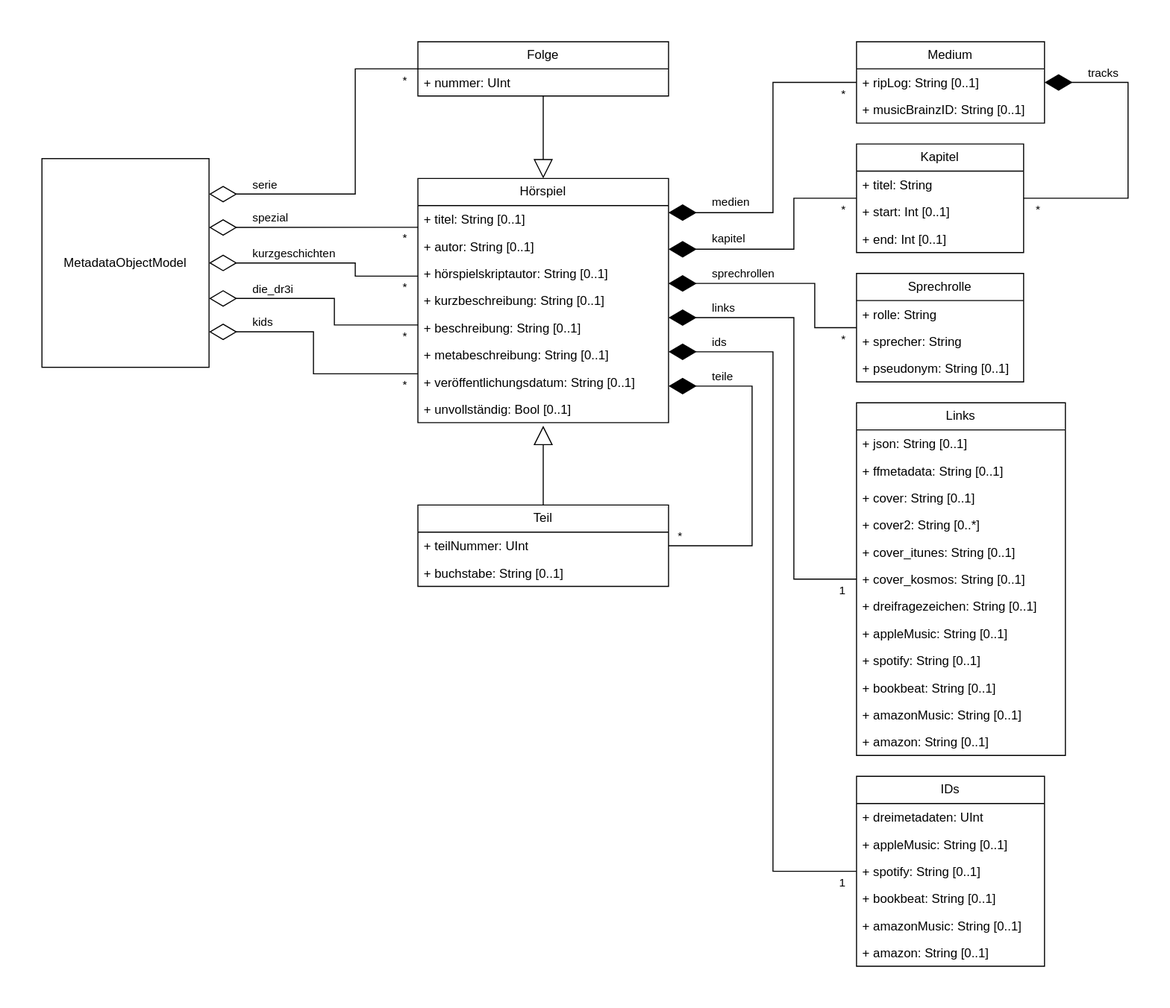
Above: model/objectModel.svg in YourMJK/dreimetadaten (draw.io), before the change. Source tidied: cells renumbered, new cells last; positions are measured from the earlier drawing's top-left corner, leaving out a move shared by most shapes.
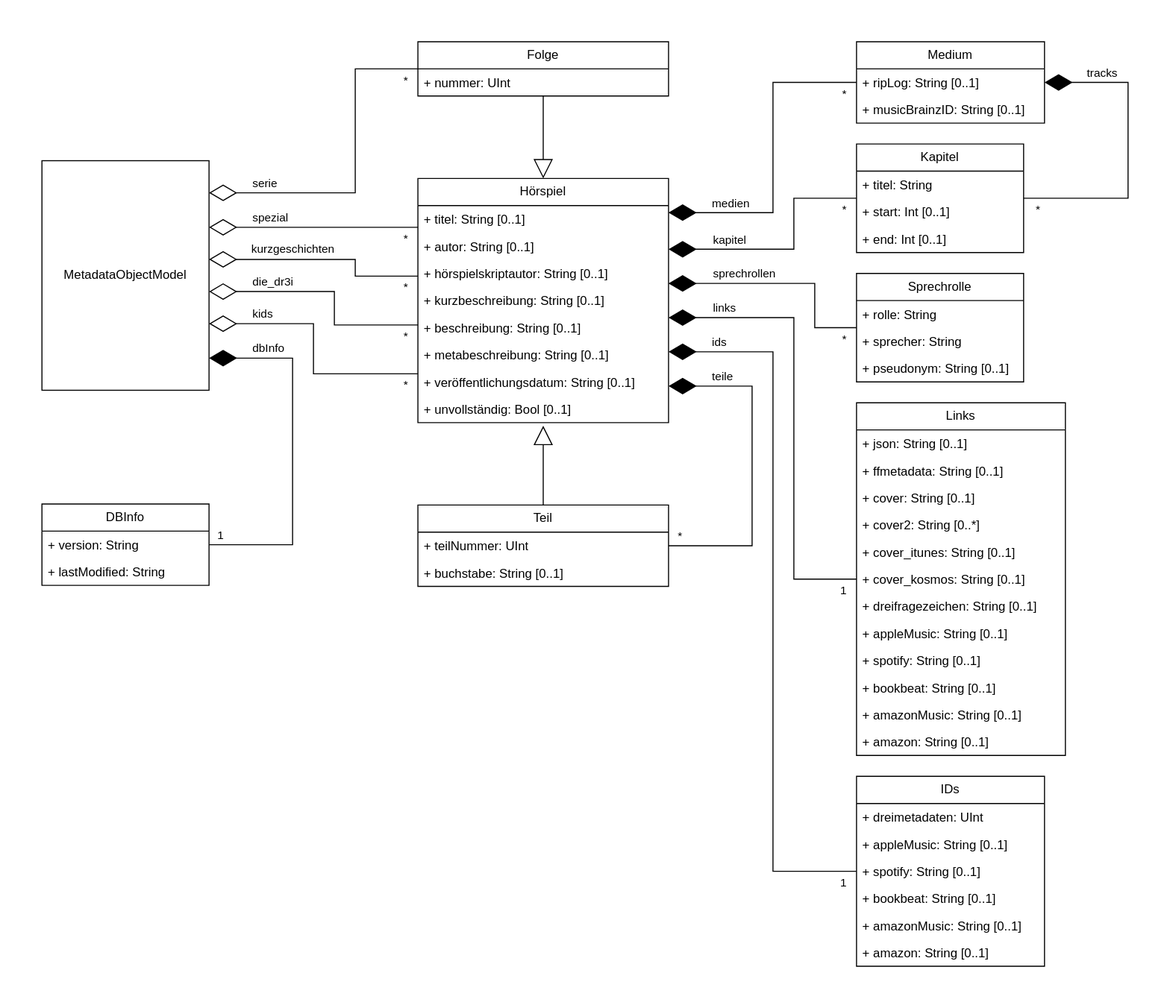
Later version of the same file.

Commit message:
code: Added "dbInfo" with version and modification date info to object model

The edit, as a diff of the source:
```diff
@@ -2,8 +2,8 @@
   <root>
     <mxCell id="0" />
     <mxCell id="1" parent="0" />
-    <mxCell id="2" value="MetadataObjectModel" style="html=1;whiteSpace=wrap;points=[[0,0,0,0,0],[0,0.25,0,0,0],[0,0.5,0,0,0],[0,0.75,0,0,0],[0,1,0,0,0],[0.25,0,0,0,0],[0.25,1,0,0,0],[0.5,0,0,0,0],[0.5,1,0,0,0],[0.75,0,0,0,0],[0.75,1,0,0,0],[1,0,0,0,0],[1,0.17,0,0,0],[1,0.33,0,0,0],[1,0.5,0,0,0],[1,0.67,0,0,0],[1,0.83,0,0,0],[1,1,0,0,0]];" parent="1" vertex="1">
-      <mxGeometry y="112" width="160" height="200" as="geometry" />
+    <mxCell id="2" value="MetadataObjectModel" style="html=1;whiteSpace=wrap;points=[[0,0,0,0,0],[0,0.25,0,0,0],[0,0.5,0,0,0],[0,0.75,0,0,0],[0,1,0,0,0],[0.25,0,0,0,0],[0.25,1,0,0,0],[0.5,0,0,0,0],[0.5,1,0,0,0],[0.75,0,0,0,0],[0.75,1,0,0,0],[1,0,0,0,0],[1,0.14,0,0,0],[1,0.29,0,0,0],[1,0.43,0,0,0],[1,0.57,0,0,0],[1,0.71,0,0,0],[1,0.86,0,0,0],[1,1,0,0,0]];" parent="1" vertex="1">
+      <mxGeometry y="114" width="160" height="220" as="geometry" />
     </mxCell>
     <mxCell id="3" value="Hörspiel" style="swimlane;fontStyle=0;horizontal=1;startSize=26;fillColor=none;whiteSpace=wrap;html=1;points=[[0,0,0,0,0],[0,0.2,0,0,0],[0,0.4,0,0,0],[0,0.6,0,0,0],[0,0.8,0,0,0],[0,1,0,0,0],[0.25,0,0,0,0],[0.25,1,0,0,0],[0.5,0,0,0,0],[0.5,1,0,0,0],[0.75,0,0,0,0],[0.75,1,0,0,0],[1,0,0,0,0],[1,0.14,0,0,0],[1,0.29,0,0,0],[1,0.43,0,0,0],[1,0.57,0,0,0],[1,0.71,0,0,0],[1,0.85,0,0,0],[1,1,0,0,0]];" parent="1" vertex="1">
       <mxGeometry x="360" y="131" width="240" height="234" as="geometry" />
@@ -41,7 +41,7 @@
     <mxCell id="14" style="endArrow=block;endSize=16;endFill=0;html=1;rounded=0;jumpStyle=none;flowAnimation=0;edgeStyle=elbowEdgeStyle;elbow=vertical;entryX=0.5;entryY=0;entryDx=0;entryDy=0;entryPerimeter=0;" parent="1" edge="1" source="12" target="3">
       <mxGeometry relative="1" as="geometry" />
     </mxCell>
-    <mxCell id="15" style="endArrow=diamondThin;endFill=0;endSize=24;html=1;rounded=0;edgeStyle=elbowEdgeStyle;entryX=1;entryY=0.17;entryDx=0;entryDy=0;entryPerimeter=0;exitX=0;exitY=0.5;exitDx=0;exitDy=0;exitPerimeter=0;" parent="1" edge="1" source="12" target="2">
+    <mxCell id="15" style="endArrow=diamondThin;endFill=0;endSize=24;html=1;rounded=0;edgeStyle=elbowEdgeStyle;entryX=1;entryY=0.14;entryDx=0;entryDy=0;entryPerimeter=0;exitX=0;exitY=0.5;exitDx=0;exitDy=0;exitPerimeter=0;" parent="1" edge="1" source="12" target="2">
       <mxGeometry relative="1" as="geometry">
         <Array as="points">
           <mxPoint x="300" y="100" />
@@ -58,7 +58,7 @@
         <mxPoint x="-10" as="offset" />
       </mxGeometry>
     </mxCell>
-    <mxCell id="18" style="endArrow=diamondThin;endFill=0;endSize=24;html=1;rounded=0;edgeStyle=elbowEdgeStyle;entryX=1;entryY=0.33;entryDx=0;entryDy=0;entryPerimeter=0;exitX=0;exitY=0.2;exitDx=0;exitDy=0;exitPerimeter=0;" parent="1" edge="1" source="3" target="2">
+    <mxCell id="18" style="endArrow=diamondThin;endFill=0;endSize=24;html=1;rounded=0;edgeStyle=elbowEdgeStyle;entryX=1;entryY=0.29;entryDx=0;entryDy=0;entryPerimeter=0;exitX=0;exitY=0.2;exitDx=0;exitDy=0;exitPerimeter=0;" parent="1" edge="1" source="3" target="2">
       <mxGeometry relative="1" as="geometry">
         <Array as="points">
           <mxPoint x="320" y="197.9" />
@@ -75,7 +75,7 @@
         <mxPoint x="-10" as="offset" />
       </mxGeometry>
     </mxCell>
-    <mxCell id="21" style="endArrow=diamondThin;endFill=0;endSize=24;html=1;rounded=0;edgeStyle=elbowEdgeStyle;entryX=1;entryY=0.5;entryDx=0;entryDy=0;entryPerimeter=0;exitX=0;exitY=0.4;exitDx=0;exitDy=0;exitPerimeter=0;" parent="1" edge="1" source="3" target="2">
+    <mxCell id="21" style="endArrow=diamondThin;endFill=0;endSize=24;html=1;rounded=0;edgeStyle=elbowEdgeStyle;entryX=1;entryY=0.43;entryDx=0;entryDy=0;entryPerimeter=0;exitX=0;exitY=0.4;exitDx=0;exitDy=0;exitPerimeter=0;" parent="1" edge="1" source="3" target="2">
       <mxGeometry relative="1" as="geometry">
         <Array as="points">
           <mxPoint x="300" y="240" />
@@ -92,7 +92,7 @@
         <mxPoint x="-10" as="offset" />
       </mxGeometry>
     </mxCell>
-    <mxCell id="24" style="endArrow=diamondThin;endFill=0;endSize=24;html=1;rounded=0;entryX=1;entryY=0.67;entryDx=0;entryDy=0;entryPerimeter=0;edgeStyle=elbowEdgeStyle;exitX=0;exitY=0.6;exitDx=0;exitDy=0;exitPerimeter=0;" parent="1" edge="1" source="3" target="2">
+    <mxCell id="24" style="endArrow=diamondThin;endFill=0;endSize=24;html=1;rounded=0;entryX=1;entryY=0.57;entryDx=0;entryDy=0;entryPerimeter=0;edgeStyle=elbowEdgeStyle;exitX=0;exitY=0.6;exitDx=0;exitDy=0;exitPerimeter=0;" parent="1" edge="1" source="3" target="2">
       <mxGeometry relative="1" as="geometry">
         <Array as="points">
           <mxPoint x="280" y="290" />
@@ -296,7 +296,7 @@
     <mxCell id="72" value="+ amazon: String [0..1]" style="text;strokeColor=none;fillColor=none;align=left;verticalAlign=top;spacingLeft=4;spacingRight=4;overflow=hidden;whiteSpace=wrap;html=1;" parent="60" vertex="1">
       <mxGeometry y="312" width="200" height="26" as="geometry" />
     </mxCell>
-    <mxCell id="73" style="endArrow=diamondThin;endFill=0;endSize=24;html=1;rounded=0;entryX=1;entryY=0.83;entryDx=0;entryDy=0;entryPerimeter=0;edgeStyle=elbowEdgeStyle;exitX=0;exitY=0.8;exitDx=0;exitDy=0;exitPerimeter=0;" parent="1" edge="1" source="3" target="2">
+    <mxCell id="73" style="endArrow=diamondThin;endFill=0;endSize=24;html=1;rounded=0;entryX=1;entryY=0.71;entryDx=0;entryDy=0;entryPerimeter=0;edgeStyle=elbowEdgeStyle;exitX=0;exitY=0.8;exitDx=0;exitDy=0;exitPerimeter=0;" parent="1" edge="1" source="3" target="2">
       <mxGeometry relative="1" as="geometry">
         <Array as="points">
           <mxPoint x="260" y="290" />
@@ -351,5 +351,31 @@
         <mxPoint x="-10" as="offset" />
       </mxGeometry>
     </mxCell>
+    <mxCell id="86" value="DBInfo" style="swimlane;fontStyle=0;horizontal=1;startSize=26;fillColor=none;whiteSpace=wrap;html=1;" parent="1" vertex="1">
+      <mxGeometry y="443" width="160" height="78" as="geometry" />
+    </mxCell>
+    <mxCell id="87" value="+ version: String" style="text;strokeColor=none;fillColor=none;align=left;verticalAlign=top;spacingLeft=4;spacingRight=4;overflow=hidden;points=[[0,0.5],[1,0.5]];portConstraint=eastwest;whiteSpace=wrap;html=1;" parent="86" vertex="1">
+      <mxGeometry y="26" width="160" height="26" as="geometry" />
+    </mxCell>
+    <mxCell id="88" value="+ lastModified: String" style="text;strokeColor=none;fillColor=none;align=left;verticalAlign=top;spacingLeft=4;spacingRight=4;overflow=hidden;whiteSpace=wrap;html=1;" parent="86" vertex="1">
+      <mxGeometry y="52" width="160" height="26" as="geometry" />
+    </mxCell>
+    <mxCell id="89" style="endArrow=diamondThin;endFill=1;endSize=24;html=1;rounded=0;edgeStyle=elbowEdgeStyle;exitX=1;exitY=0.5;exitDx=0;exitDy=0;entryX=1;entryY=0.86;entryDx=0;entryDy=0;entryPerimeter=0;" parent="1" edge="1" source="87" target="2">
+      <mxGeometry relative="1" as="geometry">
+        <Array as="points">
+          <mxPoint x="240" y="390" />
+        </Array>
+      </mxGeometry>
+    </mxCell>
+    <mxCell id="90" value="dbInfo" style="edgeLabel;html=1;align=left;verticalAlign=middle;rotation=0;" parent="89" vertex="1">
+      <mxGeometry x="1" relative="1" as="geometry">
+        <mxPoint x="40" y="-10" as="offset" />
+      </mxGeometry>
+    </mxCell>
+    <mxCell id="91" value="1" style="edgeLabel;html=1;align=center;verticalAlign=middle;" parent="89" vertex="1">
+      <mxGeometry x="-1" relative="1" as="geometry">
+        <mxPoint x="10" y="-10" as="offset" />
+      </mxGeometry>
+    </mxCell>
   </root>
 </mxGraphModel>
```
